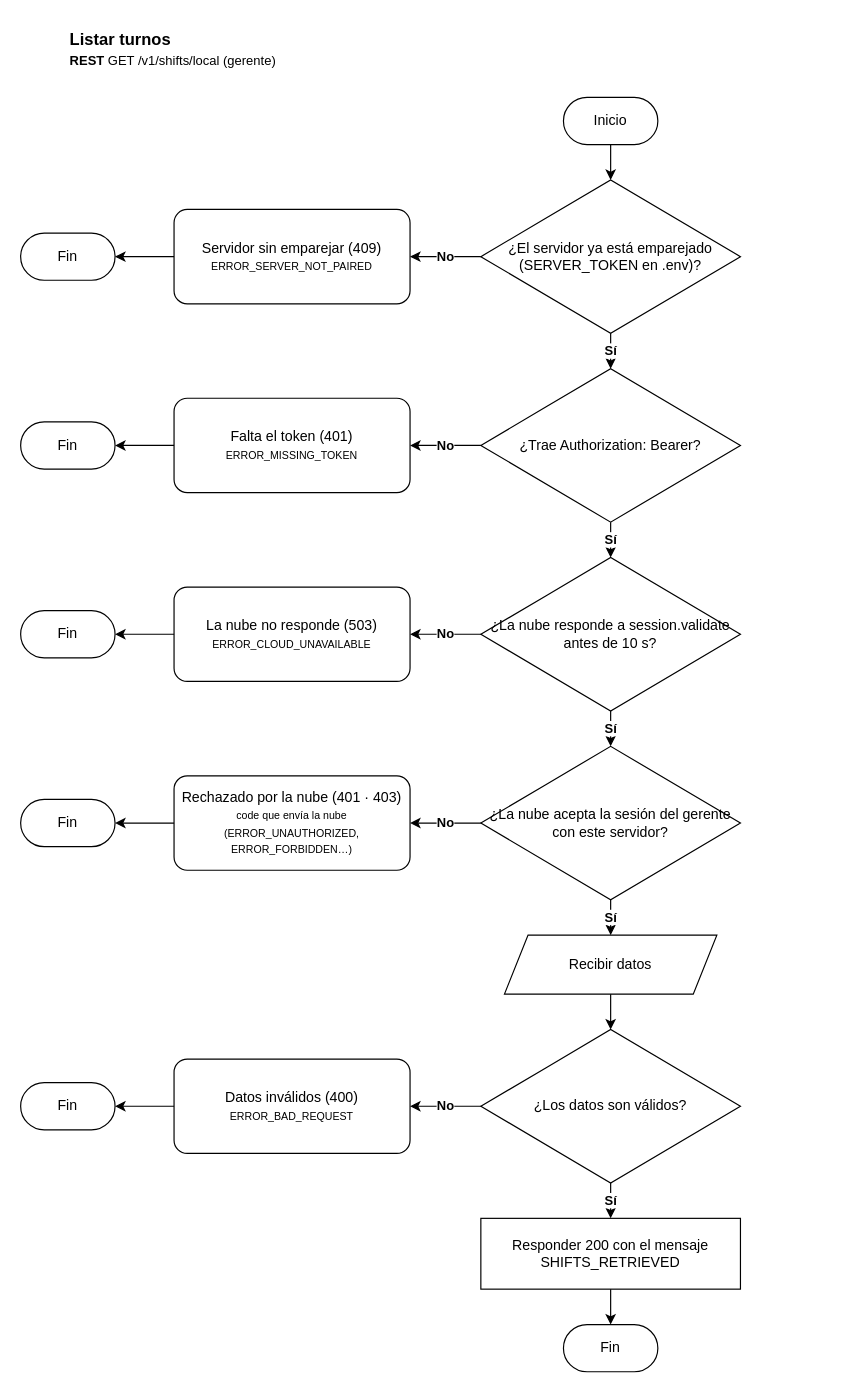
The draw.io diagram documents/diagrams/workflows/shift/local/shifts.drawio in Andry510/miyabi-restaurant-server, before the edit. Source tidied: cells renumbered, new cells numbered last; positions are measured from the earlier drawing's top-left corner, leaving out a move shared by most shapes. Both pictures are drawn from the tidied source at 118%, with x=0, y=0 at pixel (20, 20).
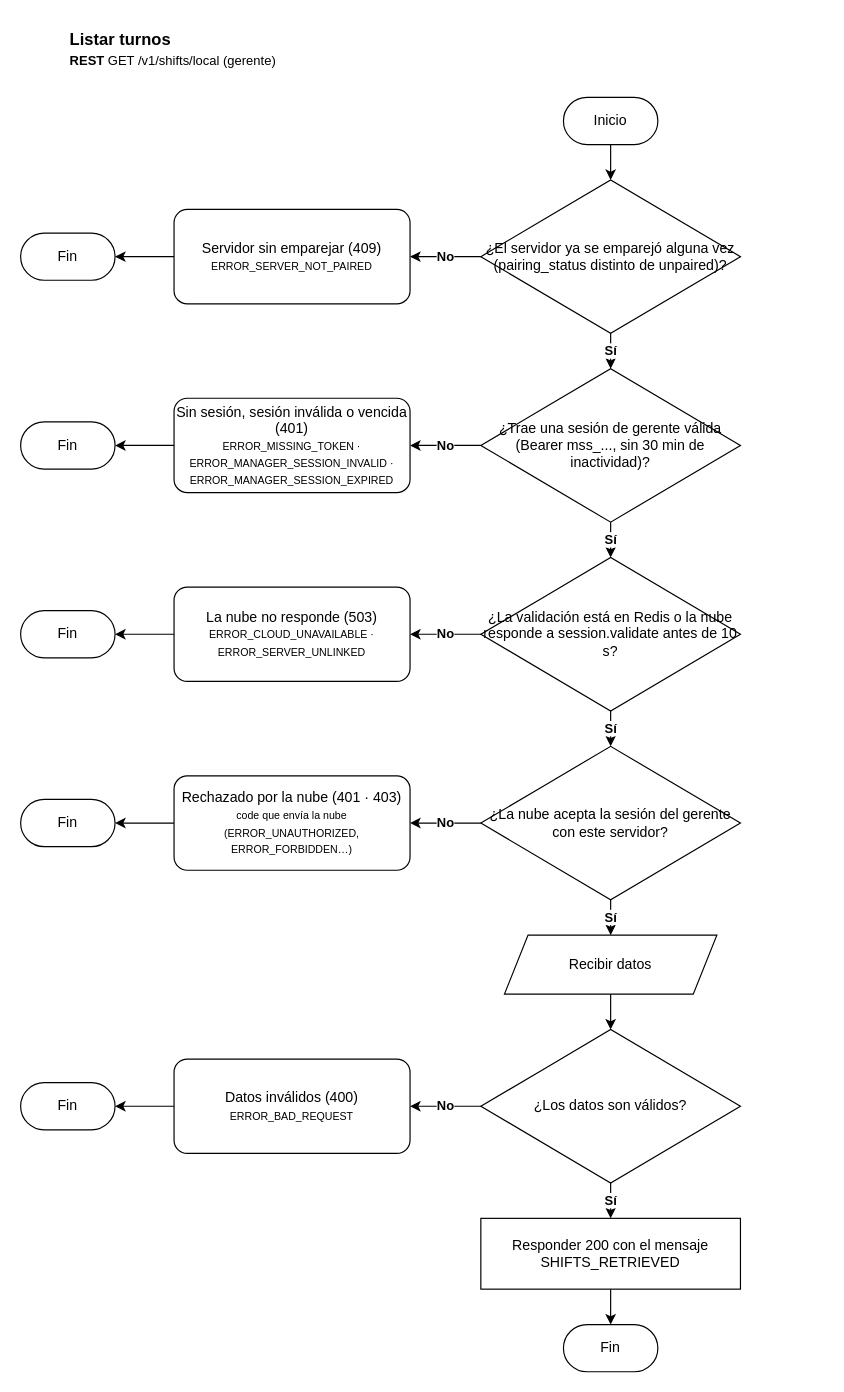
The same page after the edit.

What changed in the source:
```diff
@@
-    <mxCell id="4" value="¿El servidor ya está emparejado (SERVER_TOKEN en .env)?" style="rhombus;whiteSpace=wrap;html=1;rounded=1;arcSize=0;" parent="1" vertex="1">
+    <mxCell id="4" value="¿El servidor ya se emparejó alguna vez (pairing_status distinto de unpaired)?" style="rhombus;whiteSpace=wrap;html=1;rounded=1;arcSize=0;" parent="1" vertex="1">
       <mxGeometry x="390" y="135" width="220" height="130" as="geometry" />
     </mxCell>
@@
-    <mxCell id="10" value="¿Trae Authorization: Bearer?" style="rhombus;whiteSpace=wrap;html=1;rounded=1;arcSize=0;" parent="1" vertex="1">
+    <mxCell id="10" value="¿Trae una sesión de gerente válida (Bearer mss_..., sin 30 min de inactividad)?" style="rhombus;whiteSpace=wrap;html=1;rounded=1;arcSize=0;" parent="1" vertex="1">
       <mxGeometry x="390" y="295" width="220" height="130" as="geometry" />
     </mxCell>
@@
-    <mxCell id="12" value="Falta el token (401)&lt;br&gt;&lt;font style=&quot;font-size: 9px;&quot;&gt;ERROR_MISSING_TOKEN&lt;/font&gt;" style="rounded=1;whiteSpace=wrap;html=1;arcSize=14;" parent="1" vertex="1">
+    <mxCell id="12" value="Sin sesión, sesión inválida o vencida (401)&lt;br&gt;&lt;font style=&quot;font-size: 9px;&quot;&gt;ERROR_MISSING_TOKEN · ERROR_MANAGER_SESSION_INVALID · ERROR_MANAGER_SESSION_EXPIRED&lt;/font&gt;" style="rounded=1;whiteSpace=wrap;html=1;arcSize=14;" parent="1" vertex="1">
       <mxGeometry x="130" y="320" width="200" height="80" as="geometry" />
     </mxCell>
@@
-    <mxCell id="16" value="¿La nube responde a session.validate antes de 10 s?" style="rhombus;whiteSpace=wrap;html=1;rounded=1;arcSize=0;" parent="1" vertex="1">
+    <mxCell id="16" value="¿La validación está en Redis o la nube responde a session.validate antes de 10 s?" style="rhombus;whiteSpace=wrap;html=1;rounded=1;arcSize=0;" parent="1" vertex="1">
       <mxGeometry x="390" y="455" width="220" height="130" as="geometry" />
     </mxCell>
@@
-    <mxCell id="18" value="La nube no responde (503)&lt;br&gt;&lt;font style=&quot;font-size: 9px;&quot;&gt;ERROR_CLOUD_UNAVAILABLE&lt;/font&gt;" style="rounded=1;whiteSpace=wrap;html=1;arcSize=14;" parent="1" vertex="1">
+    <mxCell id="18" value="La nube no responde (503)&lt;br&gt;&lt;font style=&quot;font-size: 9px;&quot;&gt;ERROR_CLOUD_UNAVAILABLE · ERROR_SERVER_UNLINKED&lt;/font&gt;" style="rounded=1;whiteSpace=wrap;html=1;arcSize=14;" parent="1" vertex="1">
       <mxGeometry x="130" y="480" width="200" height="80" as="geometry" />
     </mxCell>
```
